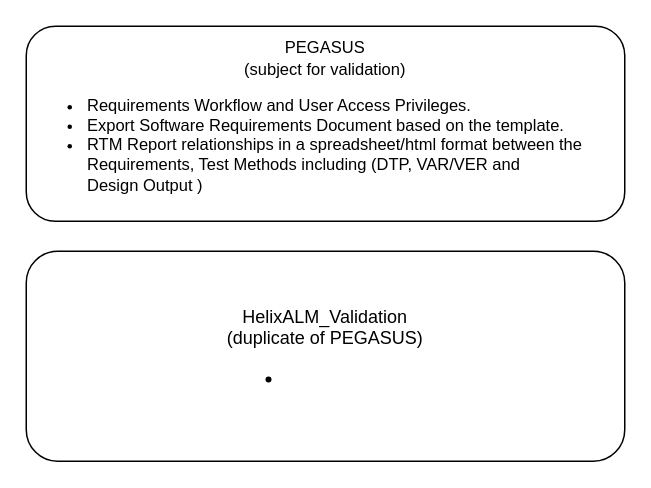
Earlier version of the draw.io diagram Untitled Diagram.drawio (avishnikin696/draws). Source tidied: cells renumbered, new cells numbered last; positions are measured from the earlier drawing's top-left corner, leaving out a move shared by most shapes. Both pictures are drawn from the tidied source at 150%, with x=0, y=0 at pixel (26, 26).
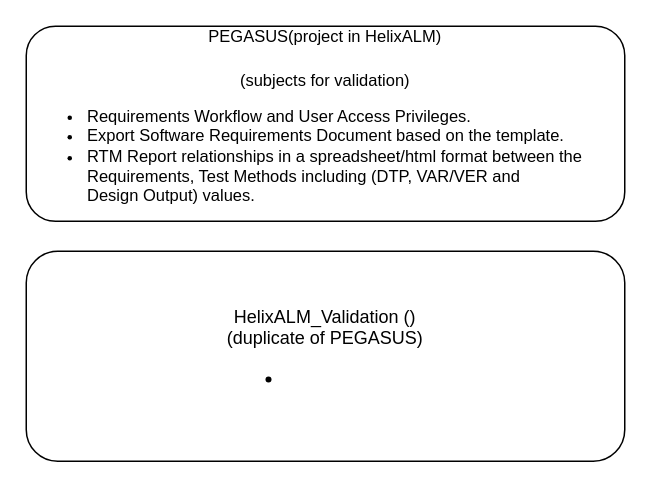
Above is the later version.

What changed in the source:
```diff
@@
 <mxGraphModel>
   <root>
     <mxCell id="0" />
     <mxCell id="1" parent="0" />
-    <mxCell id="2" value="&lt;font style=&quot;font-size: 11px&quot;&gt;PEGASUS&lt;br&gt;(subject for validation)&lt;br&gt;&lt;/font&gt;&lt;ul style=&quot;font-size: 11px&quot;&gt;&lt;li style=&quot;text-align: left&quot;&gt;&lt;font style=&quot;font-size: 11px&quot;&gt;Requirements Workflow and User Access Privileges.&lt;/font&gt;&lt;/li&gt;&lt;li style=&quot;text-align: left&quot;&gt;&lt;font style=&quot;font-size: 11px&quot;&gt;Export Software Requirements Document based on the template.&lt;/font&gt;&lt;/li&gt;&lt;li style=&quot;text-align: left&quot;&gt;&lt;font style=&quot;font-size: 11px&quot;&gt;&lt;font style=&quot;font-size: 11px&quot;&gt;RTM Report&amp;nbsp;relationships in a spreadsheet/html format between the Requirements, Test Methods including&amp;nbsp;&lt;/font&gt;(DTP, VAR/VER and&lt;br&gt;Design Output )&amp;nbsp;&lt;/font&gt;&lt;/li&gt;&lt;/ul&gt;" style="rounded=1;whiteSpace=wrap;html=1;" parent="1" vertex="1">
+    <mxCell id="2" value="&lt;font style=&quot;font-size: 11px&quot;&gt;PEGASUS(project in HelixALM)&lt;br&gt;&lt;br&gt;(subjects for validation)&lt;br&gt;&lt;/font&gt;&lt;ul style=&quot;font-size: 11px&quot;&gt;&lt;li style=&quot;text-align: left&quot;&gt;&lt;font style=&quot;font-size: 11px&quot;&gt;Requirements Workflow and User Access Privileges.&lt;/font&gt;&lt;/li&gt;&lt;li style=&quot;text-align: left&quot;&gt;&lt;font style=&quot;font-size: 11px&quot;&gt;Export Software Requirements Document based on the template.&lt;/font&gt;&lt;/li&gt;&lt;li style=&quot;text-align: left&quot;&gt;&lt;font style=&quot;font-size: 11px&quot;&gt;&lt;font style=&quot;font-size: 11px&quot;&gt;RTM Report&amp;nbsp;relationships in a spreadsheet/html format between the Requirements, Test Methods including&amp;nbsp;&lt;/font&gt;(DTP, VAR/VER and&lt;br&gt;Design Output) values.&lt;/font&gt;&lt;/li&gt;&lt;/ul&gt;" style="rounded=1;whiteSpace=wrap;html=1;" parent="1" vertex="1">
       <mxGeometry width="399" height="130" as="geometry" />
     </mxCell>
-    <mxCell id="3" value="HelixALM_Validation&lt;br&gt;(duplicate of PEGASUS)&lt;br&gt;&lt;ul&gt;&lt;li style=&quot;text-align: left&quot;&gt;&lt;br&gt;&lt;/li&gt;&lt;/ul&gt;" style="rounded=1;whiteSpace=wrap;html=1;" parent="1" vertex="1">
+    <mxCell id="3" value="HelixALM_Validation ()&lt;br&gt;(duplicate of PEGASUS)&lt;br&gt;&lt;ul&gt;&lt;li style=&quot;text-align: left&quot;&gt;&lt;br&gt;&lt;/li&gt;&lt;/ul&gt;" style="rounded=1;whiteSpace=wrap;html=1;" parent="1" vertex="1">
       <mxGeometry y="150" width="399" height="140" as="geometry" />
     </mxCell>
   </root>
 </mxGraphModel>
```
